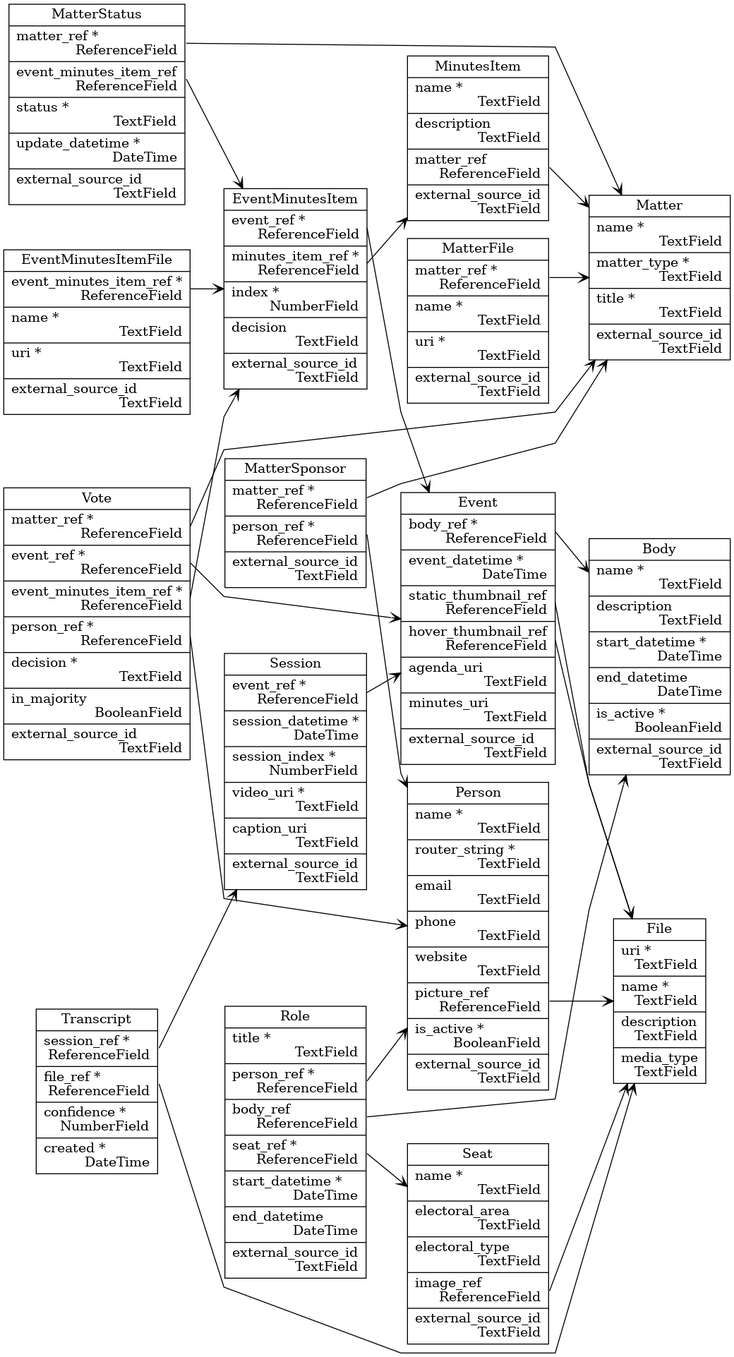
This is _static/cdp_database_diagram.png from CouncilDataProject/cdp-backend, a Graphviz export, as it was before one commit. Its source is kept beside it as _static/cdp_database_diagram.dot.
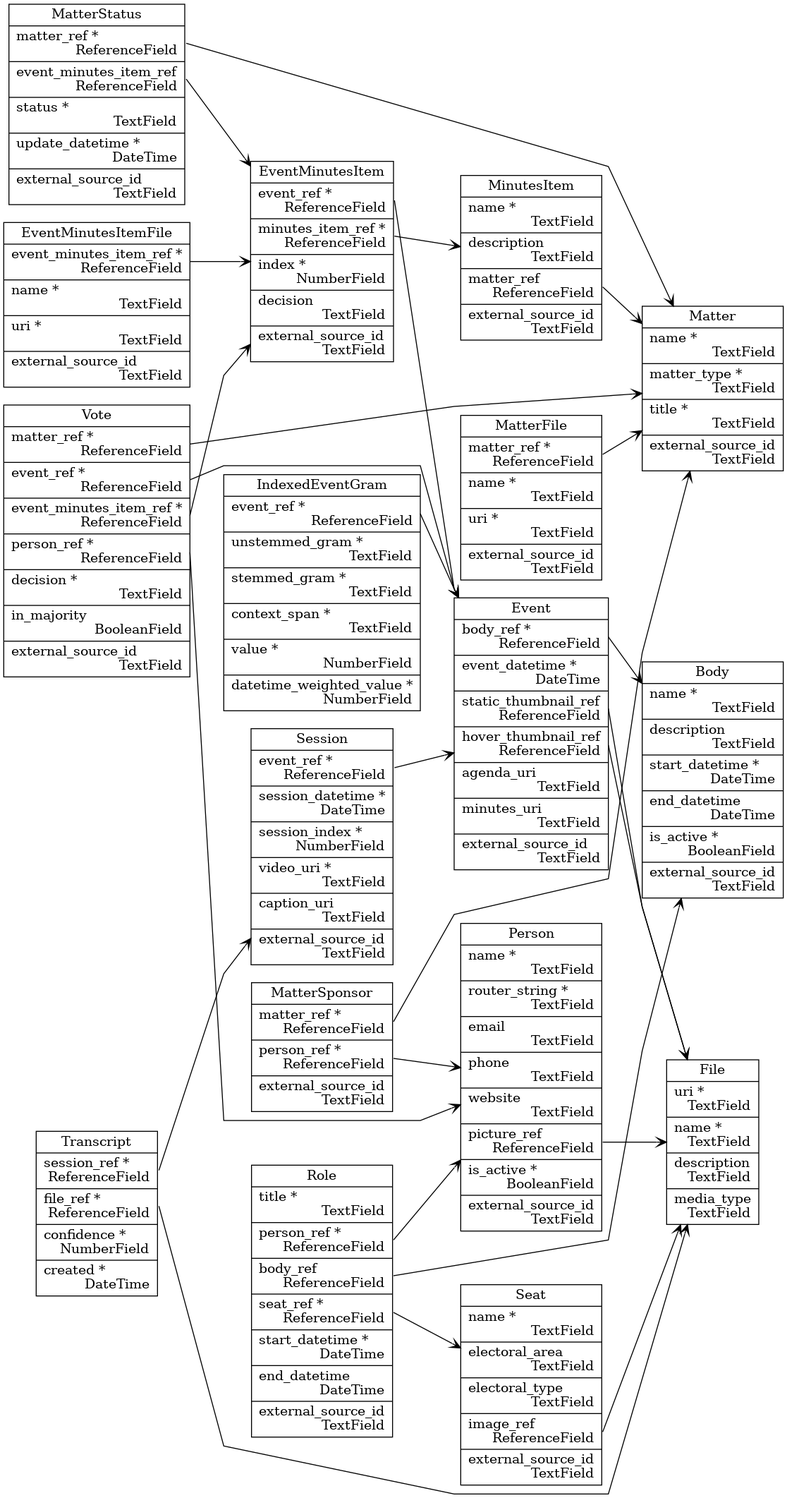
After the change.

Diff of the diagram source:
```diff
@@ -7,6 +7,7 @@
 	EventMinutesItem [label="EventMinutesItem | <event_ref> event_ref *\l  ReferenceField\r|<minutes_item_ref> minutes_item_ref *\l  ReferenceField\r|index *\l  NumberField\r|decision\l  TextField\r|external_source_id\l  TextField\r"]
 	EventMinutesItemFile [label="EventMinutesItemFile | <event_minutes_item_ref> event_minutes_item_ref *\l  ReferenceField\r|name *\l  TextField\r|uri *\l  TextField\r|external_source_id\l  TextField\r"]
 	File [label="File | uri *\l  TextField\r|name *\l  TextField\r|description\l  TextField\r|media_type\l  TextField\r"]
+	IndexedEventGram [label="IndexedEventGram | <event_ref> event_ref *\l  ReferenceField\r|unstemmed_gram *\l  TextField\r|stemmed_gram *\l  TextField\r|context_span *\l  TextField\r|value *\l  NumberField\r|datetime_weighted_value *\l  NumberField\r"]
 	Matter [label="Matter | name *\l  TextField\r|matter_type *\l  TextField\r|title *\l  TextField\r|external_source_id\l  TextField\r"]
 	MatterFile [label="MatterFile | <matter_ref> matter_ref *\l  ReferenceField\r|name *\l  TextField\r|uri *\l  TextField\r|external_source_id\l  TextField\r"]
 	MatterSponsor [label="MatterSponsor | <matter_ref> matter_ref *\l  ReferenceField\r|<person_ref> person_ref *\l  ReferenceField\r|external_source_id\l  TextField\r"]
@@ -24,6 +25,7 @@
 	EventMinutesItem:event_ref -> Event
 	EventMinutesItem:minutes_item_ref -> MinutesItem
 	EventMinutesItemFile:event_minutes_item_ref -> EventMinutesItem
+	IndexedEventGram:event_ref -> Event
 	MatterFile:matter_ref -> Matter
 	MatterSponsor:matter_ref -> Matter
 	MatterSponsor:person_ref -> Person
```
